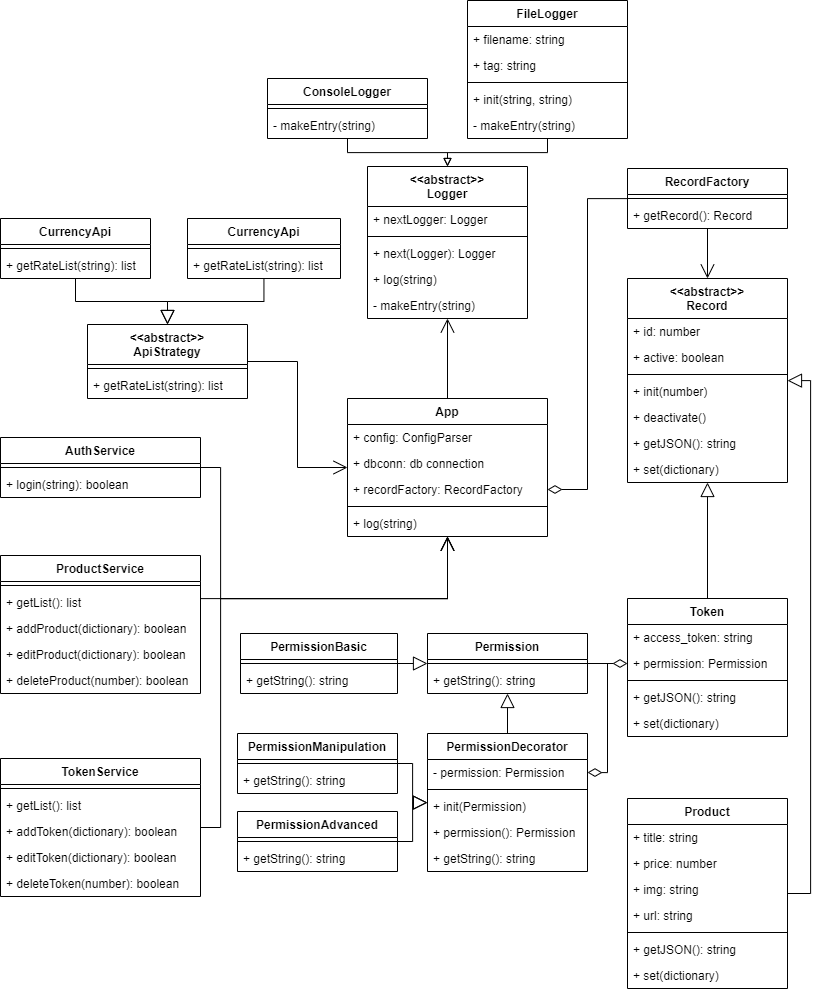
This is $diagrams/classDiagram.png from jinyaoMa/product-currency-helper, a draw.io export, as it was before one commit. Source tidied: cells renumbered, new cells last; positions are measured from the earlier drawing's top-left corner, leaving out a move shared by most shapes.
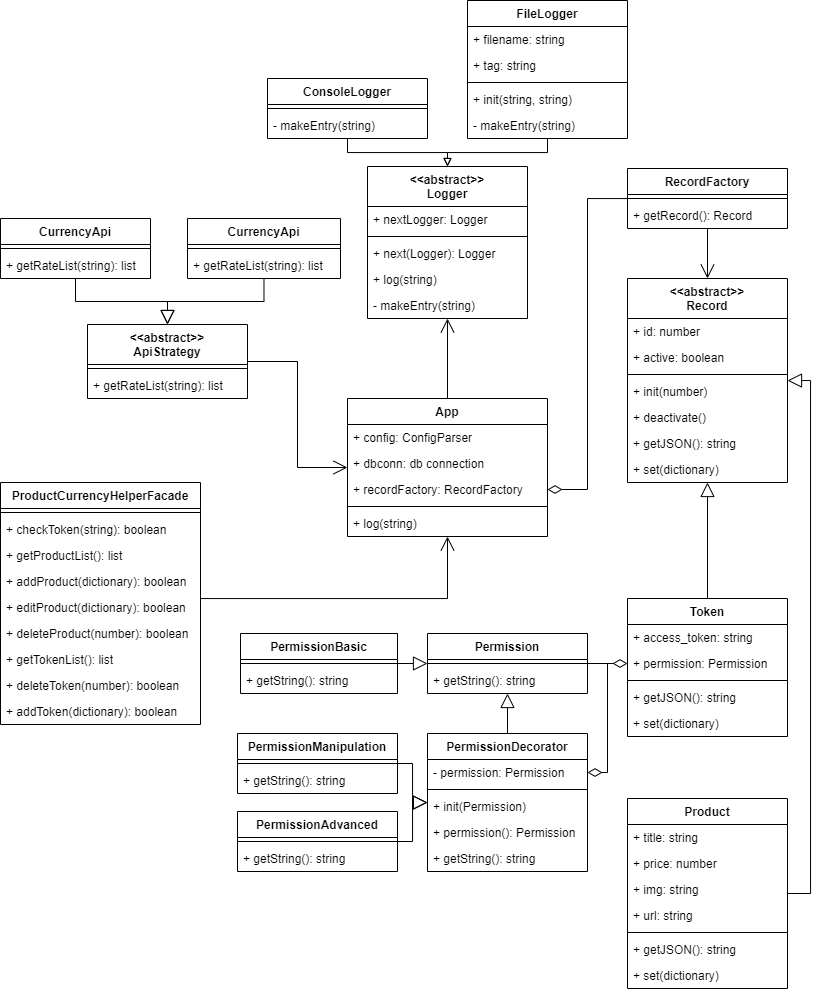
Later version of the same file.

Change to the diagram source:
```diff
@@ -283,75 +283,42 @@
     <mxCell id="90" value="+ set(dictionary)" style="text;strokeColor=none;fillColor=none;align=left;verticalAlign=top;spacingLeft=4;spacingRight=4;overflow=hidden;" parent="85" vertex="1">
       <mxGeometry y="112" width="160" height="26" as="geometry" />
     </mxCell>
-    <mxCell id="91" style="edgeStyle=orthogonalEdgeStyle;rounded=0;html=1;endArrow=open;endFill=0;endSize=12;strokeWidth=1;" parent="1" edge="1" source="92" target="3">
-      <mxGeometry relative="1" as="geometry">
-        <Array as="points">
-          <mxPoint x="220" y="467" />
-          <mxPoint x="220" y="598" />
-          <mxPoint x="447" y="598" />
-        </Array>
-      </mxGeometry>
-    </mxCell>
-    <mxCell id="92" value="AuthService" style="swimlane;fontStyle=1;align=center;verticalAlign=top;horizontal=1;startSize=26;" parent="1" vertex="1">
-      <mxGeometry y="437" width="200" height="60" as="geometry" />
-    </mxCell>
-    <mxCell id="93" style="line;strokeWidth=1;fillColor=none;align=left;verticalAlign=middle;spacingTop=-1;spacingLeft=3;spacingRight=3;labelPosition=right;" parent="92" vertex="1">
-      <mxGeometry y="26" width="200" height="8" as="geometry" />
-    </mxCell>
+    <mxCell id="95" style="edgeStyle=orthogonalEdgeStyle;rounded=0;html=1;endArrow=open;endFill=0;endSize=12;strokeWidth=1;" parent="1" edge="1" source="109" target="3">
+      <mxGeometry relative="1" as="geometry">
+        <Array as="points">
+          <mxPoint x="447" y="598" />
+        </Array>
+      </mxGeometry>
+    </mxCell>
+    <mxCell id="109" value="ProductCurrencyHelperFacade" style="swimlane;fontStyle=1;align=center;verticalAlign=top;horizontal=1;startSize=26;" parent="1" vertex="1">
+      <mxGeometry y="482" width="200" height="242" as="geometry" />
+    </mxCell>
+    <mxCell id="110" style="line;strokeWidth=1;fillColor=none;align=left;verticalAlign=middle;spacingTop=-1;spacingLeft=3;spacingRight=3;labelPosition=right;" parent="109" vertex="1">
+      <mxGeometry y="26" width="200" height="8" as="geometry" />
+    </mxCell>
-    <mxCell id="94" value="+ login(string): boolean" style="text;strokeColor=none;fillColor=none;align=left;verticalAlign=top;spacingLeft=4;spacingRight=4;overflow=hidden;" parent="92" vertex="1">
+    <mxCell id="94" value="+ checkToken(string): boolean" style="text;strokeColor=none;fillColor=none;align=left;verticalAlign=top;spacingLeft=4;spacingRight=4;overflow=hidden;" parent="109" vertex="1">
       <mxGeometry y="34" width="200" height="26" as="geometry" />
     </mxCell>
-    <mxCell id="95" style="edgeStyle=orthogonalEdgeStyle;rounded=0;html=1;endArrow=open;endFill=0;endSize=12;strokeWidth=1;" parent="1" edge="1" source="96" target="3">
-      <mxGeometry relative="1" as="geometry">
-        <Array as="points">
-          <mxPoint x="447" y="598" />
-        </Array>
-      </mxGeometry>
-    </mxCell>
-    <mxCell id="96" value="ProductService" style="swimlane;fontStyle=1;align=center;verticalAlign=top;horizontal=1;startSize=26;" parent="1" vertex="1">
-      <mxGeometry y="555" width="200" height="138" as="geometry" />
-    </mxCell>
-    <mxCell id="97" style="line;strokeWidth=1;fillColor=none;align=left;verticalAlign=middle;spacingTop=-1;spacingLeft=3;spacingRight=3;labelPosition=right;" parent="96" vertex="1">
-      <mxGeometry y="26" width="200" height="8" as="geometry" />
-    </mxCell>
-    <mxCell id="98" value="+ getList(): list" style="text;strokeColor=none;fillColor=none;align=left;verticalAlign=top;spacingLeft=4;spacingRight=4;overflow=hidden;" parent="96" vertex="1">
-      <mxGeometry y="34" width="200" height="26" as="geometry" />
-    </mxCell>
+    <mxCell id="111" value="+ getProductList(): list" style="text;strokeColor=none;fillColor=none;align=left;verticalAlign=top;spacingLeft=4;spacingRight=4;overflow=hidden;" parent="109" vertex="1">
+      <mxGeometry y="60" width="200" height="26" as="geometry" />
+    </mxCell>
-    <mxCell id="99" value="+ addProduct(dictionary): boolean" style="text;strokeColor=none;fillColor=none;align=left;verticalAlign=top;spacingLeft=4;spacingRight=4;overflow=hidden;" parent="96" vertex="1">
-      <mxGeometry y="60" width="200" height="26" as="geometry" />
+    <mxCell id="99" value="+ addProduct(dictionary): boolean" style="text;strokeColor=none;fillColor=none;align=left;verticalAlign=top;spacingLeft=4;spacingRight=4;overflow=hidden;" parent="109" vertex="1">
+      <mxGeometry y="86" width="200" height="26" as="geometry" />
     </mxCell>
-    <mxCell id="100" value="+ editProduct(dictionary): boolean" style="text;strokeColor=none;fillColor=none;align=left;verticalAlign=top;spacingLeft=4;spacingRight=4;overflow=hidden;" parent="96" vertex="1">
-      <mxGeometry y="86" width="200" height="26" as="geometry" />
+    <mxCell id="100" value="+ editProduct(dictionary): boolean" style="text;strokeColor=none;fillColor=none;align=left;verticalAlign=top;spacingLeft=4;spacingRight=4;overflow=hidden;" parent="109" vertex="1">
+      <mxGeometry y="112" width="200" height="26" as="geometry" />
     </mxCell>
-    <mxCell id="101" value="+ deleteProduct(number): boolean" style="text;strokeColor=none;fillColor=none;align=left;verticalAlign=top;spacingLeft=4;spacingRight=4;overflow=hidden;" parent="96" vertex="1">
-      <mxGeometry y="112" width="200" height="26" as="geometry" />
+    <mxCell id="101" value="+ deleteProduct(number): boolean" style="text;strokeColor=none;fillColor=none;align=left;verticalAlign=top;spacingLeft=4;spacingRight=4;overflow=hidden;" parent="109" vertex="1">
+      <mxGeometry y="138" width="200" height="26" as="geometry" />
     </mxCell>
-    <mxCell id="102" style="edgeStyle=orthogonalEdgeStyle;rounded=0;html=1;endArrow=open;endFill=0;endSize=12;strokeWidth=1;" parent="1" edge="1" source="103" target="3">
-      <mxGeometry relative="1" as="geometry">
-        <Array as="points">
-          <mxPoint x="220" y="827" />
-          <mxPoint x="220" y="598" />
-          <mxPoint x="447" y="598" />
-        </Array>
-      </mxGeometry>
-    </mxCell>
-    <mxCell id="103" value="TokenService" style="swimlane;fontStyle=1;align=center;verticalAlign=top;horizontal=1;startSize=26;" parent="1" vertex="1">
-      <mxGeometry y="758" width="200" height="138" as="geometry" />
-    </mxCell>
-    <mxCell id="104" style="line;strokeWidth=1;fillColor=none;align=left;verticalAlign=middle;spacingTop=-1;spacingLeft=3;spacingRight=3;labelPosition=right;" parent="103" vertex="1">
-      <mxGeometry y="26" width="200" height="8" as="geometry" />
-    </mxCell>
-    <mxCell id="105" value="+ getList(): list" style="text;strokeColor=none;fillColor=none;align=left;verticalAlign=top;spacingLeft=4;spacingRight=4;overflow=hidden;" parent="103" vertex="1">
-      <mxGeometry y="34" width="200" height="26" as="geometry" />
+    <mxCell id="105" value="+ getTokenList(): list" style="text;strokeColor=none;fillColor=none;align=left;verticalAlign=top;spacingLeft=4;spacingRight=4;overflow=hidden;" parent="109" vertex="1">
+      <mxGeometry y="164" width="200" height="26" as="geometry" />
     </mxCell>
+    <mxCell id="108" value="+ deleteToken(number): boolean" style="text;strokeColor=none;fillColor=none;align=left;verticalAlign=top;spacingLeft=4;spacingRight=4;overflow=hidden;" parent="109" vertex="1">
+      <mxGeometry y="190" width="200" height="26" as="geometry" />
+    </mxCell>
-    <mxCell id="106" value="+ addToken(dictionary): boolean" style="text;strokeColor=none;fillColor=none;align=left;verticalAlign=top;spacingLeft=4;spacingRight=4;overflow=hidden;" parent="103" vertex="1">
-      <mxGeometry y="60" width="200" height="26" as="geometry" />
+    <mxCell id="106" value="+ addToken(dictionary): boolean" style="text;strokeColor=none;fillColor=none;align=left;verticalAlign=top;spacingLeft=4;spacingRight=4;overflow=hidden;" parent="109" vertex="1">
+      <mxGeometry y="216" width="200" height="26" as="geometry" />
     </mxCell>
-    <mxCell id="107" value="+ editToken(dictionary): boolean" style="text;strokeColor=none;fillColor=none;align=left;verticalAlign=top;spacingLeft=4;spacingRight=4;overflow=hidden;" parent="103" vertex="1">
-      <mxGeometry y="86" width="200" height="26" as="geometry" />
-    </mxCell>
-    <mxCell id="108" value="+ deleteToken(number): boolean" style="text;strokeColor=none;fillColor=none;align=left;verticalAlign=top;spacingLeft=4;spacingRight=4;overflow=hidden;" parent="103" vertex="1">
-      <mxGeometry y="112" width="200" height="26" as="geometry" />
-    </mxCell>
   </root>
 </mxGraphModel>
```
